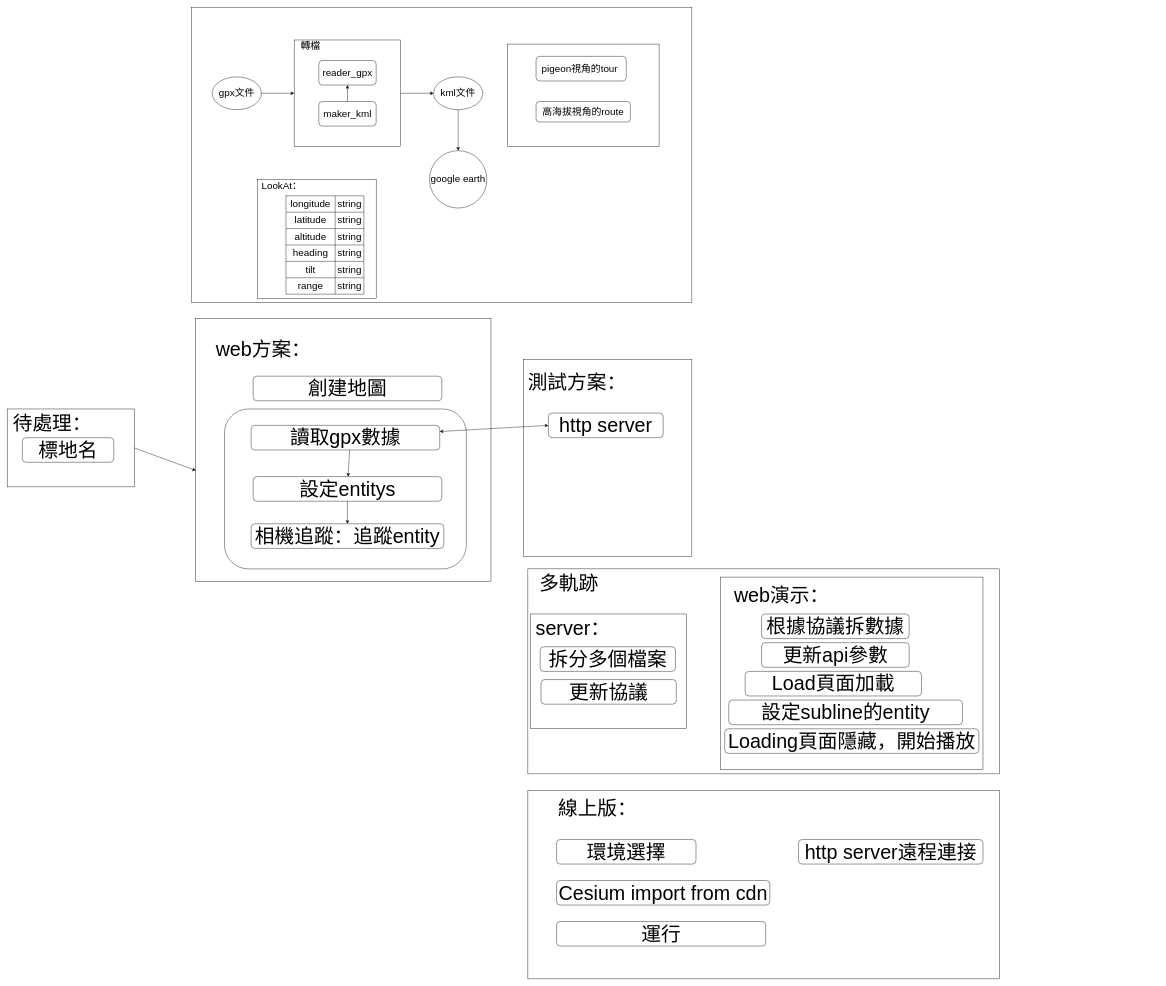
This is 3d展示.drawio from pengzhen80/PigeonRace, a draw.io file, before an edit. Source tidied: cells renumbered, new cells numbered last; positions are measured from the earlier drawing's top-left corner, leaving out a move shared by most shapes. Both pictures are drawn from the tidied source at 41%, with x=0, y=0 at pixel (7, 7).
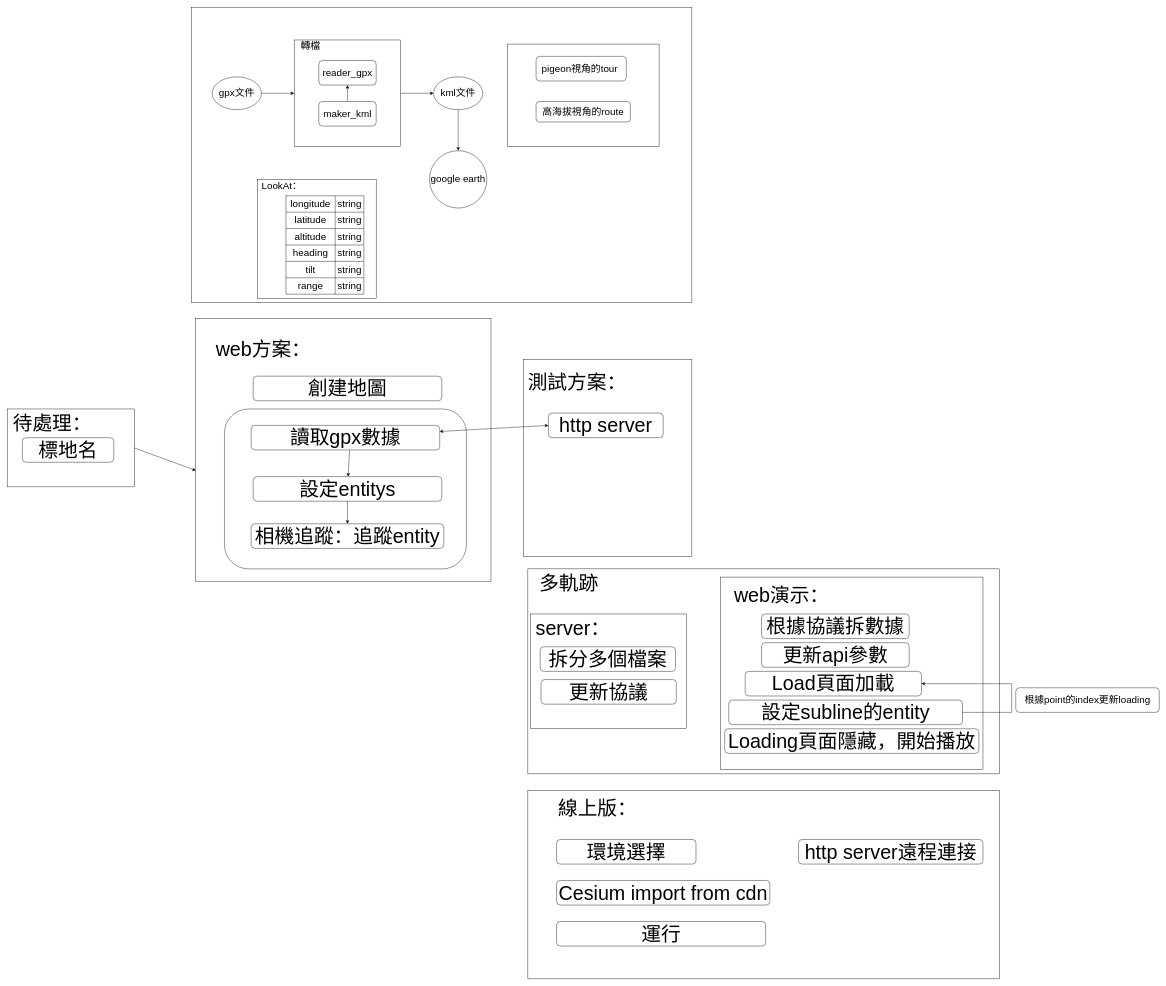
The same page after the edit.

Unchanged cells that the change refers to:
```xml
<mxCell id="65" value="設定subline的entity" style="rounded=1;whiteSpace=wrap;html=1;fontSize=48;" parent="1" vertex="1">
  <mxGeometry x="1760" y="1690" width="570" height="60" as="geometry" />
</mxCell>
<mxCell id="72" value="&lt;font style=&quot;font-size: 48px&quot;&gt;Load頁面加載&lt;/font&gt;" style="rounded=1;whiteSpace=wrap;html=1;fontSize=14;" parent="1" vertex="1">
  <mxGeometry x="1800" y="1620" width="430" height="60" as="geometry" />
</mxCell>
```

What changed in the source:
```diff
@@
+    <mxCell id="74" value="&lt;font style=&quot;font-size: 24px&quot;&gt;根據point的index更新loading&lt;/font&gt;" style="rounded=1;whiteSpace=wrap;html=1;" parent="1" vertex="1">
+      <mxGeometry x="2460" y="1660" width="350" height="60" as="geometry" />
+    </mxCell>
+    <mxCell id="75" style="endArrow=classic;html=1;rounded=0;fontSize=24;exitX=1;exitY=0.5;exitDx=0;exitDy=0;entryX=1;entryY=0.5;entryDx=0;entryDy=0;" parent="1" edge="1" source="65" target="72">
+      <mxGeometry relative="1" as="geometry">
+        <Array as="points">
+          <mxPoint x="2450" y="1720" />
+          <mxPoint x="2450" y="1650" />
+        </Array>
+      </mxGeometry>
+    </mxCell>
```
